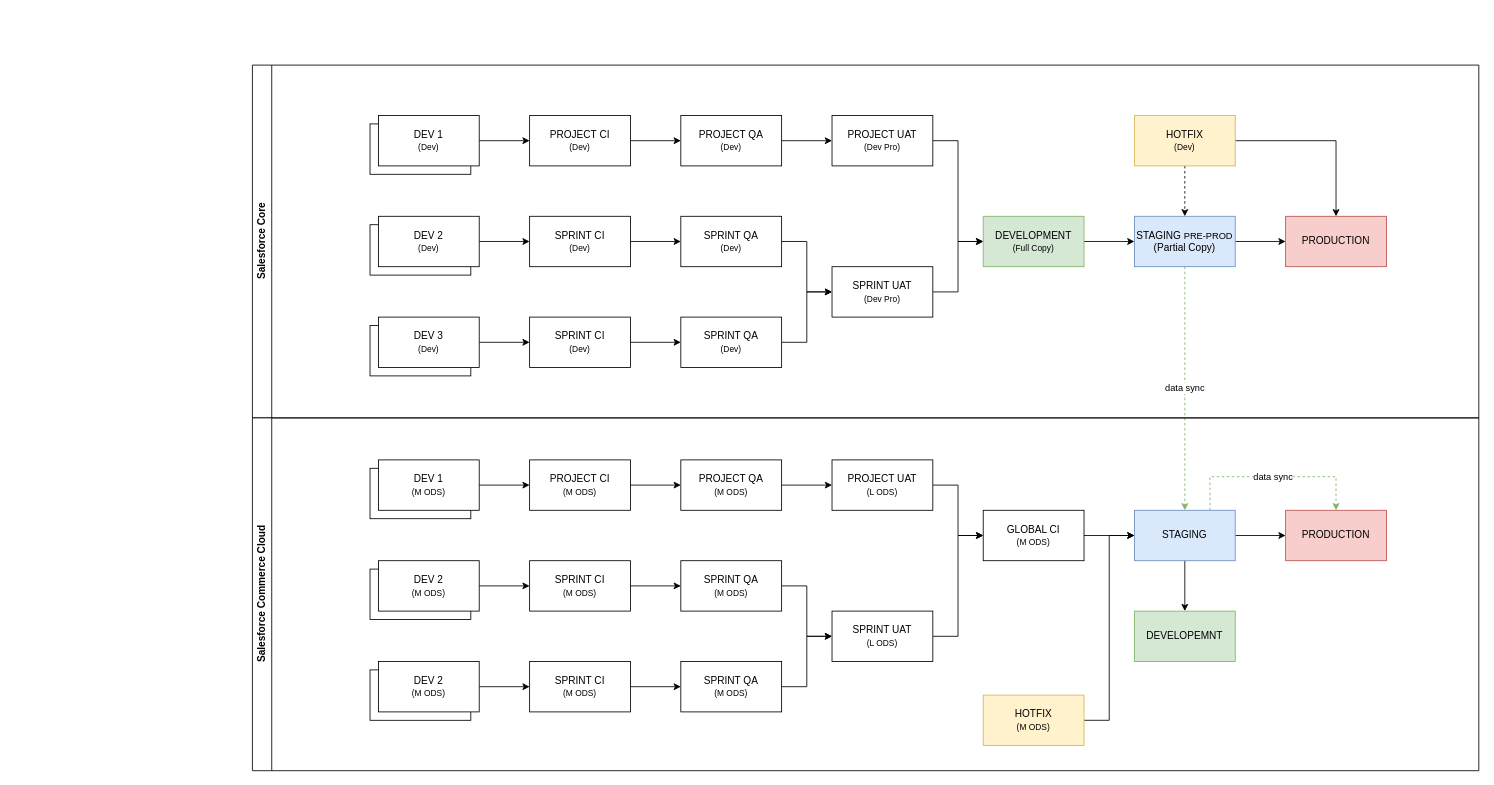
This is hal-ci-cd.drawio from pettll/diagrams, a draw.io file, before an edit. Source tidied: cells renumbered, new cells numbered last; positions are measured from the earlier drawing's top-left corner, leaving out a move shared by most shapes. Both pictures are drawn from the tidied source at 84%, with x=0, y=0 at pixel (252, 65).
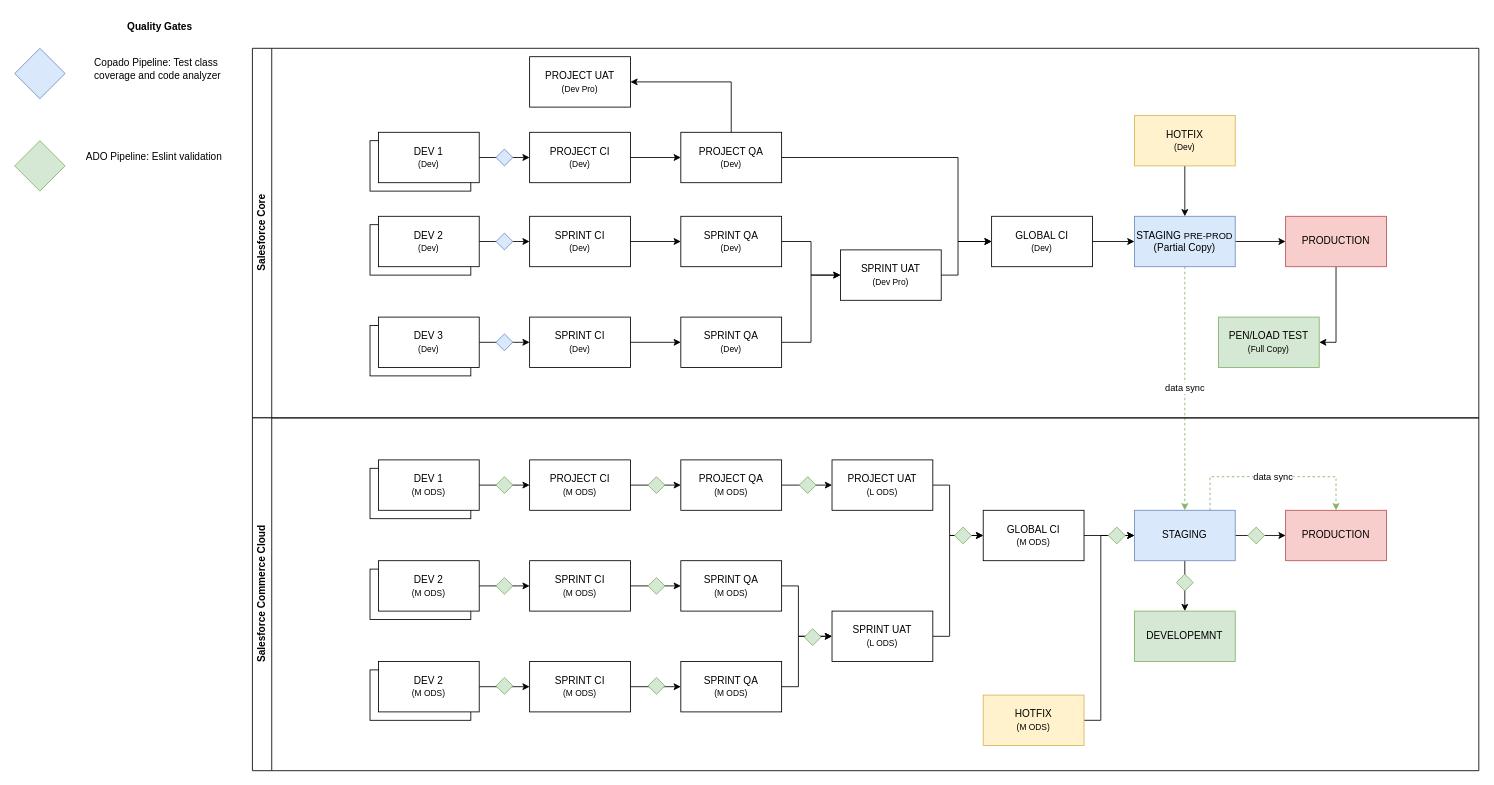
Above is the later version.

Unchanged cells that the change refers to:
```xml
<mxCell id="11" value="PROJECT UAT&lt;div&gt;&lt;span style=&quot;font-size: 10px;&quot;&gt;(L ODS)&lt;/span&gt;&lt;/div&gt;" style="rounded=0;whiteSpace=wrap;html=1;" parent="1" vertex="1">
  <mxGeometry x="690" y="470" width="120" height="60" as="geometry" />
</mxCell>
<mxCell id="14" value="STAGING &lt;font style=&quot;font-size: 11px;&quot;&gt;PRE-PROD&lt;/font&gt;&lt;div&gt;(Partial Copy)&lt;/div&gt;" style="rounded=0;whiteSpace=wrap;html=1;fillColor=#dae8fc;strokeColor=#6c8ebf;" parent="1" vertex="1">
  <mxGeometry x="1050" y="180" width="120" height="60" as="geometry" />
</mxCell>
<mxCell id="18" value="STAGING" style="rounded=0;whiteSpace=wrap;html=1;fillColor=#dae8fc;strokeColor=#6c8ebf;" parent="1" vertex="1">
  <mxGeometry x="1050" y="530" width="120" height="60" as="geometry" />
</mxCell>
<mxCell id="19" value="PRODUCTION" style="rounded=0;whiteSpace=wrap;html=1;fillColor=#f8cecc;strokeColor=#b85450;" parent="1" vertex="1">
  <mxGeometry x="1230" y="180" width="120" height="60" as="geometry" />
</mxCell>
<mxCell id="24" value="HOTFIX&lt;br&gt;&lt;font style=&quot;font-size: 10px;&quot;&gt;(Dev)&lt;/font&gt;" style="rounded=0;whiteSpace=wrap;html=1;fillColor=#fff2cc;strokeColor=#d6b656;" parent="1" vertex="1">
  <mxGeometry x="1050" y="60" width="120" height="60" as="geometry" />
</mxCell>
<mxCell id="40" value="SPRINT QA&lt;div&gt;&lt;span style=&quot;font-size: 10px;&quot;&gt;(M ODS)&lt;/span&gt;&lt;/div&gt;" style="rounded=0;whiteSpace=wrap;html=1;" parent="1" vertex="1">
  <mxGeometry x="510" y="590" width="120" height="60" as="geometry" />
</mxCell>
<mxCell id="42" value="GLOBAL CI&lt;div&gt;&lt;span style=&quot;font-size: 10px;&quot;&gt;(M ODS)&lt;/span&gt;&lt;/div&gt;" style="rounded=0;whiteSpace=wrap;html=1;" parent="1" vertex="1">
  <mxGeometry x="870" y="530" width="120" height="60" as="geometry" />
</mxCell>
<mxCell id="45" value="HOTFIX&lt;div&gt;&lt;font style=&quot;font-size: 10px;&quot;&gt;(M ODS)&lt;/font&gt;&lt;/div&gt;" style="rounded=0;whiteSpace=wrap;html=1;fillColor=#fff2cc;strokeColor=#d6b656;" parent="1" vertex="1">
  <mxGeometry x="870" y="750" width="120" height="60" as="geometry" />
</mxCell>
<mxCell id="62" value="Salesforce Commerce Cloud" style="swimlane;horizontal=0;whiteSpace=wrap;html=1;" parent="1" vertex="1">
  <mxGeometry y="420" width="1460" height="420" as="geometry" />
</mxCell>
<mxCell id="69" value="SPRINT QA&lt;div&gt;&lt;span style=&quot;font-size: 10px;&quot;&gt;(M ODS)&lt;/span&gt;&lt;/div&gt;" style="rounded=0;whiteSpace=wrap;html=1;" parent="62" vertex="1">
  <mxGeometry x="510" y="290" width="120" height="60" as="geometry" />
</mxCell>
<mxCell id="70" value="SPRINT UAT&lt;div&gt;&lt;span style=&quot;font-size: 10px;&quot;&gt;(L ODS)&lt;/span&gt;&lt;/div&gt;" style="rounded=0;whiteSpace=wrap;html=1;" parent="62" vertex="1">
  <mxGeometry x="690" y="230" width="120" height="60" as="geometry" />
</mxCell>
```

The edit, as a diff of the source:
```diff
@@
     <mxCell id="2" style="rounded=0;whiteSpace=wrap;html=1;" parent="1" vertex="1">
-      <mxGeometry x="140" y="70" width="120" height="60" as="geometry" />
+      <mxGeometry x="140" y="90" width="120" height="60" as="geometry" />
     </mxCell>
@@
-    <mxCell id="9" style="edgeStyle=orthogonalEdgeStyle;rounded=0;jettySize=auto;html=1;entryX=0;entryY=0.5;entryDx=0;entryDy=0;" parent="1" edge="1" source="54" target="26">
-      <mxGeometry relative="1" as="geometry" />
-    </mxCell>
     <mxCell id="10" style="edgeStyle=orthogonalEdgeStyle;rounded=0;jettySize=auto;html=1;entryX=0;entryY=0.5;entryDx=0;entryDy=0;" parent="1" edge="1" source="11" target="42">
-      <mxGeometry relative="1" as="geometry" />
+      <mxGeometry relative="1" as="geometry">
+        <Array as="points">
+          <mxPoint x="830" y="500" />
+          <mxPoint x="830" y="560" />
+        </Array>
+      </mxGeometry>
     </mxCell>
@@
+    <mxCell id="73" style="edgeStyle=orthogonalEdgeStyle;rounded=0;jettySize=auto;html=1;entryX=1;entryY=0.5;entryDx=0;entryDy=0;" parent="1" edge="1" source="19" target="26">
+      <mxGeometry relative="1" as="geometry" />
+    </mxCell>
@@
-    <mxCell id="22" style="edgeStyle=orthogonalEdgeStyle;rounded=0;jettySize=auto;html=1;" parent="1" edge="1" source="24" target="19">
-      <mxGeometry relative="1" as="geometry" />
-    </mxCell>
-    <mxCell id="23" style="edgeStyle=orthogonalEdgeStyle;rounded=0;jettySize=auto;html=1;dashed=1;" parent="1" edge="1" source="24" target="14">
+    <mxCell id="23" style="edgeStyle=orthogonalEdgeStyle;rounded=0;jettySize=auto;html=1;" parent="1" edge="1" source="24" target="14">
       <mxGeometry relative="1" as="geometry" />
     </mxCell>
@@
-    <mxCell id="25" style="edgeStyle=orthogonalEdgeStyle;rounded=0;jettySize=auto;html=1;entryX=0;entryY=0.5;entryDx=0;entryDy=0;" parent="1" edge="1" source="26" target="14">
-      <mxGeometry relative="1" as="geometry" />
-    </mxCell>
-    <mxCell id="26" value="DEVELOPMENT&lt;br&gt;&lt;div&gt;&lt;font style=&quot;font-size: 10px;&quot;&gt;(Full Copy)&lt;/font&gt;&lt;/div&gt;" style="rounded=0;whiteSpace=wrap;html=1;fillColor=#d5e8d4;strokeColor=#82b366;" parent="1" vertex="1">
-      <mxGeometry x="870" y="180" width="120" height="60" as="geometry" />
-    </mxCell>
@@
     <mxCell id="28" value="DEV 1&lt;div&gt;&lt;span style=&quot;font-size: 10px;&quot;&gt;(Dev)&lt;/span&gt;&lt;/div&gt;" style="rounded=0;whiteSpace=wrap;html=1;" parent="1" vertex="1">
-      <mxGeometry x="150" y="60" width="120" height="60" as="geometry" />
+      <mxGeometry x="150" y="80" width="120" height="60" as="geometry" />
     </mxCell>
@@
     <mxCell id="30" value="PROJECT CI&lt;div&gt;&lt;span style=&quot;font-size: 10px;&quot;&gt;(Dev)&lt;/span&gt;&lt;/div&gt;" style="rounded=0;whiteSpace=wrap;html=1;" parent="1" vertex="1">
-      <mxGeometry x="330" y="60" width="120" height="60" as="geometry" />
+      <mxGeometry x="330" y="80" width="120" height="60" as="geometry" />
     </mxCell>
-    <mxCell id="31" style="edgeStyle=orthogonalEdgeStyle;rounded=0;jettySize=auto;html=1;entryX=0;entryY=0.5;entryDx=0;entryDy=0;" parent="1" edge="1" source="32" target="34">
-      <mxGeometry relative="1" as="geometry" />
+    <mxCell id="31" style="edgeStyle=orthogonalEdgeStyle;rounded=0;jettySize=auto;html=1;entryX=1;entryY=0.5;entryDx=0;entryDy=0;" parent="1" edge="1" source="32" target="34">
+      <mxGeometry relative="1" as="geometry">
+        <Array as="points">
+          <mxPoint x="570" y="20" />
+        </Array>
+      </mxGeometry>
     </mxCell>
     <mxCell id="32" value="PROJECT QA&lt;div&gt;&lt;font style=&quot;font-size: 10px;&quot;&gt;(Dev)&lt;/font&gt;&lt;/div&gt;" style="rounded=0;whiteSpace=wrap;html=1;" parent="1" vertex="1">
-      <mxGeometry x="510" y="60" width="120" height="60" as="geometry" />
+      <mxGeometry x="510" y="80" width="120" height="60" as="geometry" />
     </mxCell>
-    <mxCell id="33" style="edgeStyle=orthogonalEdgeStyle;rounded=0;jettySize=auto;html=1;entryX=0;entryY=0.5;entryDx=0;entryDy=0;" parent="1" edge="1" source="34" target="26">
-      <mxGeometry relative="1" as="geometry" />
+    <mxCell id="33" style="edgeStyle=orthogonalEdgeStyle;rounded=0;jettySize=auto;html=1;entryX=0;entryY=0.5;entryDx=0;entryDy=0;exitX=1;exitY=0.5;exitDx=0;exitDy=0;" parent="1" edge="1" source="32" target="85">
+      <mxGeometry relative="1" as="geometry">
+        <Array as="points">
+          <mxPoint x="840" y="110" />
+          <mxPoint x="840" y="210" />
+        </Array>
+      </mxGeometry>
     </mxCell>
-    <mxCell id="34" value="PROJECT UAT&lt;div&gt;&lt;font style=&quot;font-size: 10px;&quot;&gt;(Dev Pro)&lt;/font&gt;&lt;/div&gt;" style="rounded=0;whiteSpace=wrap;html=1;" parent="1" vertex="1">
-      <mxGeometry x="690" y="60" width="120" height="60" as="geometry" />
-    </mxCell>
@@
     <mxCell id="39" style="edgeStyle=orthogonalEdgeStyle;rounded=0;jettySize=auto;html=1;entryX=0;entryY=0.5;entryDx=0;entryDy=0;" parent="1" edge="1" source="40" target="70">
-      <mxGeometry relative="1" as="geometry" />
+      <mxGeometry relative="1" as="geometry">
+        <Array as="points">
+          <mxPoint x="650" y="620" />
+          <mxPoint x="650" y="680" />
+        </Array>
+      </mxGeometry>
     </mxCell>
@@
     <mxCell id="43" style="edgeStyle=orthogonalEdgeStyle;rounded=0;jettySize=auto;html=1;entryX=0;entryY=0.5;entryDx=0;entryDy=0;exitX=1;exitY=0.5;exitDx=0;exitDy=0;" parent="1" edge="1" source="70" target="42">
-      <mxGeometry relative="1" as="geometry" />
+      <mxGeometry relative="1" as="geometry">
+        <Array as="points">
+          <mxPoint x="830" y="680" />
+          <mxPoint x="830" y="560" />
+        </Array>
+      </mxGeometry>
     </mxCell>
     <mxCell id="44" style="edgeStyle=orthogonalEdgeStyle;rounded=0;jettySize=auto;html=1;entryX=0;entryY=0.5;entryDx=0;entryDy=0;" parent="1" edge="1" source="45" target="18">
-      <mxGeometry relative="1" as="geometry" />
+      <mxGeometry relative="1" as="geometry">
+        <Array as="points">
+          <mxPoint x="1010" y="780" />
+          <mxPoint x="1010" y="560" />
+        </Array>
+      </mxGeometry>
     </mxCell>
@@
     <mxCell id="46" value="Salesforce Core" style="swimlane;horizontal=0;whiteSpace=wrap;html=1;" parent="1" vertex="1">
-      <mxGeometry width="1460" height="420" as="geometry" />
+      <mxGeometry y="-20" width="1460" height="440" as="geometry" />
     </mxCell>
@@
     <mxCell id="49" value="SPRINT CI&lt;div&gt;&lt;span style=&quot;font-size: 10px;&quot;&gt;(Dev)&lt;/span&gt;&lt;/div&gt;" style="rounded=0;whiteSpace=wrap;html=1;" parent="46" vertex="1">
-      <mxGeometry x="330" y="180" width="120" height="60" as="geometry" />
+      <mxGeometry x="330" y="200" width="120" height="60" as="geometry" />
     </mxCell>
@@
     <mxCell id="51" value="SPRINT QA&lt;div&gt;&lt;span style=&quot;font-size: 10px;&quot;&gt;(Dev)&lt;/span&gt;&lt;/div&gt;" style="rounded=0;whiteSpace=wrap;html=1;" parent="46" vertex="1">
-      <mxGeometry x="510" y="180" width="120" height="60" as="geometry" />
+      <mxGeometry x="510" y="200" width="120" height="60" as="geometry" />
     </mxCell>
     <mxCell id="52" style="rounded=0;whiteSpace=wrap;html=1;" parent="46" vertex="1">
-      <mxGeometry x="140" y="190" width="120" height="60" as="geometry" />
+      <mxGeometry x="140" y="210" width="120" height="60" as="geometry" />
     </mxCell>
     <mxCell id="53" value="DEV 2&lt;div&gt;&lt;span style=&quot;font-size: 10px;&quot;&gt;(Dev)&lt;/span&gt;&lt;/div&gt;" style="rounded=0;whiteSpace=wrap;html=1;" parent="46" vertex="1">
-      <mxGeometry x="150" y="180" width="120" height="60" as="geometry" />
+      <mxGeometry x="150" y="200" width="120" height="60" as="geometry" />
     </mxCell>
     <mxCell id="54" value="SPRINT UAT&lt;div&gt;&lt;font style=&quot;font-size: 10px;&quot;&gt;(Dev Pro)&lt;/font&gt;&lt;/div&gt;" style="rounded=0;whiteSpace=wrap;html=1;" parent="46" vertex="1">
-      <mxGeometry x="690" y="240" width="120" height="60" as="geometry" />
+      <mxGeometry x="700" y="240" width="120" height="60" as="geometry" />
     </mxCell>
@@
     <mxCell id="57" value="SPRINT CI&lt;div&gt;&lt;span style=&quot;font-size: 10px;&quot;&gt;(Dev)&lt;/span&gt;&lt;/div&gt;" style="rounded=0;whiteSpace=wrap;html=1;" parent="46" vertex="1">
-      <mxGeometry x="330" y="300" width="120" height="60" as="geometry" />
+      <mxGeometry x="330" y="320" width="120" height="60" as="geometry" />
     </mxCell>
@@
     <mxCell id="59" value="SPRINT QA&lt;div&gt;&lt;span style=&quot;font-size: 10px;&quot;&gt;(Dev)&lt;/span&gt;&lt;/div&gt;" style="rounded=0;whiteSpace=wrap;html=1;" parent="46" vertex="1">
-      <mxGeometry x="510" y="300" width="120" height="60" as="geometry" />
+      <mxGeometry x="510" y="320" width="120" height="60" as="geometry" />
     </mxCell>
     <mxCell id="60" style="rounded=0;whiteSpace=wrap;html=1;" parent="46" vertex="1">
-      <mxGeometry x="140" y="310" width="120" height="60" as="geometry" />
+      <mxGeometry x="140" y="330" width="120" height="60" as="geometry" />
     </mxCell>
     <mxCell id="61" value="DEV 3&lt;div&gt;&lt;span style=&quot;font-size: 10px;&quot;&gt;(Dev)&lt;/span&gt;&lt;/div&gt;" style="rounded=0;whiteSpace=wrap;html=1;" parent="46" vertex="1">
-      <mxGeometry x="150" y="300" width="120" height="60" as="geometry" />
+      <mxGeometry x="150" y="320" width="120" height="60" as="geometry" />
     </mxCell>
+    <mxCell id="26" value="PEN/LOAD TEST&lt;br&gt;&lt;div&gt;&lt;font style=&quot;font-size: 10px;&quot;&gt;(Full Copy)&lt;/font&gt;&lt;/div&gt;" style="rounded=0;whiteSpace=wrap;html=1;fillColor=#d5e8d4;strokeColor=#82b366;" parent="46" vertex="1">
+      <mxGeometry x="1150" y="320" width="120" height="60" as="geometry" />
+    </mxCell>
+    <mxCell id="34" value="PROJECT UAT&lt;div&gt;&lt;font style=&quot;font-size: 10px;&quot;&gt;(Dev Pro)&lt;/font&gt;&lt;/div&gt;" style="rounded=0;whiteSpace=wrap;html=1;" parent="46" vertex="1">
+      <mxGeometry x="330" y="10" width="120" height="60" as="geometry" />
+    </mxCell>
+    <mxCell id="74" style="rhombus;whiteSpace=wrap;html=1;fillColor=#dae8fc;strokeColor=#6c8ebf;" parent="46" vertex="1">
+      <mxGeometry x="290" y="120" width="20" height="20" as="geometry" />
+    </mxCell>
+    <mxCell id="75" style="rhombus;whiteSpace=wrap;html=1;fillColor=#dae8fc;strokeColor=#6c8ebf;" parent="46" vertex="1">
+      <mxGeometry x="290" y="220" width="20" height="20" as="geometry" />
+    </mxCell>
+    <mxCell id="76" style="rhombus;whiteSpace=wrap;html=1;fillColor=#dae8fc;strokeColor=#6c8ebf;" parent="46" vertex="1">
+      <mxGeometry x="290" y="340" width="20" height="20" as="geometry" />
+    </mxCell>
@@
     <mxCell id="71" style="edgeStyle=orthogonalEdgeStyle;rounded=0;jettySize=auto;html=1;entryX=0;entryY=0.5;entryDx=0;entryDy=0;" parent="62" edge="1" source="69" target="70">
-      <mxGeometry relative="1" as="geometry" />
+      <mxGeometry relative="1" as="geometry">
+        <Array as="points">
+          <mxPoint x="650" y="320" />
+          <mxPoint x="650" y="260" />
+        </Array>
+      </mxGeometry>
     </mxCell>
+    <mxCell id="77" style="rhombus;whiteSpace=wrap;html=1;fillColor=#d5e8d4;strokeColor=#82b366;" parent="62" vertex="1">
+      <mxGeometry x="290" y="70" width="20" height="20" as="geometry" />
+    </mxCell>
+    <mxCell id="78" style="rhombus;whiteSpace=wrap;html=1;fillColor=#d5e8d4;strokeColor=#82b366;" parent="62" vertex="1">
+      <mxGeometry x="290" y="309" width="20" height="20" as="geometry" />
+    </mxCell>
+    <mxCell id="79" style="rhombus;whiteSpace=wrap;html=1;fillColor=#d5e8d4;strokeColor=#82b366;" parent="62" vertex="1">
+      <mxGeometry x="651" y="70" width="20" height="20" as="geometry" />
+    </mxCell>
+    <mxCell id="80" style="rhombus;whiteSpace=wrap;html=1;fillColor=#d5e8d4;strokeColor=#82b366;" parent="62" vertex="1">
+      <mxGeometry x="657" y="251" width="20" height="20" as="geometry" />
+    </mxCell>
+    <mxCell id="81" style="rhombus;whiteSpace=wrap;html=1;fillColor=#d5e8d4;strokeColor=#82b366;" parent="62" vertex="1">
+      <mxGeometry x="836" y="130" width="20" height="20" as="geometry" />
+    </mxCell>
+    <mxCell id="82" style="rhombus;whiteSpace=wrap;html=1;fillColor=#d5e8d4;strokeColor=#82b366;" parent="62" vertex="1">
+      <mxGeometry x="1019" y="130" width="20" height="20" as="geometry" />
+    </mxCell>
+    <mxCell id="83" style="rhombus;whiteSpace=wrap;html=1;fillColor=#d5e8d4;strokeColor=#82b366;" parent="62" vertex="1">
+      <mxGeometry x="1100" y="186" width="20" height="20" as="geometry" />
+    </mxCell>
+    <mxCell id="84" style="rhombus;whiteSpace=wrap;html=1;fillColor=#d5e8d4;strokeColor=#82b366;" parent="62" vertex="1">
+      <mxGeometry x="1185" y="130" width="20" height="20" as="geometry" />
+    </mxCell>
@@
+    <mxCell id="9" style="edgeStyle=orthogonalEdgeStyle;rounded=0;jettySize=auto;html=1;entryX=0;entryY=0.5;entryDx=0;entryDy=0;" parent="1" edge="1" source="85" target="14">
+      <mxGeometry relative="1" as="geometry" />
+    </mxCell>
+    <mxCell id="85" value="GLOBAL CI&lt;div&gt;&lt;span style=&quot;font-size: 10px;&quot;&gt;(Dev)&lt;/span&gt;&lt;/div&gt;" style="rounded=0;whiteSpace=wrap;html=1;" parent="1" vertex="1">
+      <mxGeometry x="880" y="180" width="120" height="60" as="geometry" />
+    </mxCell>
+    <mxCell id="86" style="edgeStyle=orthogonalEdgeStyle;rounded=0;jettySize=auto;html=1;entryX=0;entryY=0.5;entryDx=0;entryDy=0;" parent="1" edge="1" source="54" target="85">
+      <mxGeometry relative="1" as="geometry">
+        <Array as="points">
+          <mxPoint x="840" y="250" />
+          <mxPoint x="840" y="210" />
+        </Array>
+      </mxGeometry>
+    </mxCell>
+    <mxCell id="87" style="rhombus;whiteSpace=wrap;html=1;fillColor=#dae8fc;strokeColor=#6c8ebf;" parent="1" vertex="1">
+      <mxGeometry x="-283" y="-20" width="60" height="60" as="geometry" />
+    </mxCell>
+    <mxCell id="88" value="Quality Gates" style="text;html=1;align=center;verticalAlign=middle;whiteSpace=wrap;rounded=0;fontStyle=1;" parent="1" vertex="1">
+      <mxGeometry x="-200" y="-60" width="180" height="30" as="geometry" />
+    </mxCell>
+    <mxCell id="89" value="Copado Pipeline: Test class coverage and code analyzer" style="text;html=1;align=left;verticalAlign=middle;whiteSpace=wrap;rounded=0;fontStyle=0;" parent="1" vertex="1">
+      <mxGeometry x="-190" y="-10" width="180" height="30" as="geometry" />
+    </mxCell>
+    <mxCell id="90" style="rhombus;whiteSpace=wrap;html=1;fillColor=#d5e8d4;strokeColor=#82b366;" parent="1" vertex="1">
+      <mxGeometry x="-283" y="90" width="60" height="60" as="geometry" />
+    </mxCell>
+    <mxCell id="91" style="rhombus;whiteSpace=wrap;html=1;fillColor=#d5e8d4;strokeColor=#82b366;" parent="1" vertex="1">
+      <mxGeometry x="290" y="610" width="20" height="20" as="geometry" />
+    </mxCell>
+    <mxCell id="92" value="ADO Pipeline: Eslint validation" style="text;html=1;align=left;verticalAlign=middle;whiteSpace=wrap;rounded=0;fontStyle=0;" parent="1" vertex="1">
+      <mxGeometry x="-200" y="95" width="180" height="30" as="geometry" />
+    </mxCell>
+    <mxCell id="93" style="rhombus;whiteSpace=wrap;html=1;fillColor=#d5e8d4;strokeColor=#82b366;" parent="1" vertex="1">
+      <mxGeometry x="471" y="490" width="20" height="20" as="geometry" />
+    </mxCell>
+    <mxCell id="94" style="rhombus;whiteSpace=wrap;html=1;fillColor=#d5e8d4;strokeColor=#82b366;" parent="1" vertex="1">
+      <mxGeometry x="471" y="729" width="20" height="20" as="geometry" />
+    </mxCell>
+    <mxCell id="95" style="rhombus;whiteSpace=wrap;html=1;fillColor=#d5e8d4;strokeColor=#82b366;" parent="1" vertex="1">
+      <mxGeometry x="471" y="610" width="20" height="20" as="geometry" />
+    </mxCell>
```
